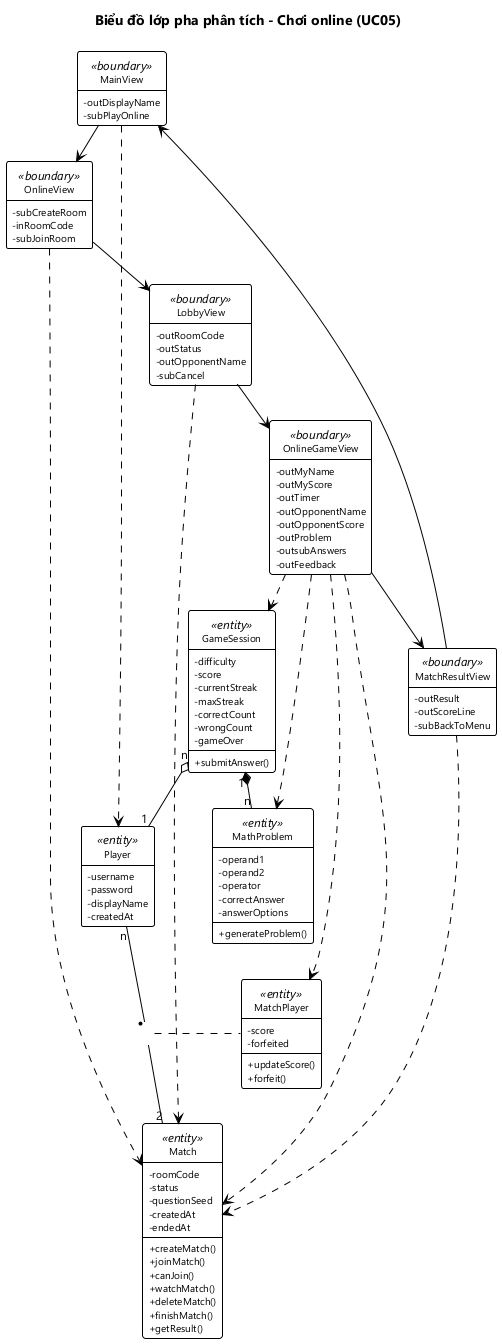
Earlier version of the PlantUML export docs/hung/lop-phan-tich-uc05.png (HungNguyenBa1811/math-dash). The source it was exported from:
```plantuml
@startuml lop-phan-tich-uc05
!include _theme.iuml
title Biểu đồ lớp pha phân tích - Chơi online (UC05)

class MainView <<boundary>> {
  - outDisplayName
  - subPlayOnline
}
class OnlineView <<boundary>> {
  - subCreateRoom
  - inRoomCode
  - subJoinRoom
}
class LobbyView <<boundary>> {
  - outRoomCode
  - outStatus
  - outOpponentName
  - subCancel
}
class OnlineGameView <<boundary>> {
  - outMyName
  - outMyScore
  - outTimer
  - outOpponentName
  - outOpponentScore
  - outProblem
  - outsubAnswers
  - outFeedback
}
class MatchResultView <<boundary>> {
  - outResult
  - outScoreLine
  - subBackToMenu
}

class Player <<entity>> {
  - username
  - password
  - displayName
  - createdAt
}
class Match <<entity>> {
  - roomCode
  - status
  - questionSeed
  - createdAt
  - endedAt
  + createMatch()
  + joinMatch()
  + canJoin()
  + watchMatch()
  + deleteMatch()
  + finishMatch()
  + getResult()
}
class MatchPlayer <<entity>> {
  - score
  - forfeited
  + updateScore()
  + forfeit()
}
class GameSession <<entity>> {
  - difficulty
  - score
  - currentStreak
  - maxStreak
  - correctCount
  - wrongCount
  - gameOver
  + submitAnswer()
}
class MathProblem <<entity>> {
  - operand1
  - operand2
  - operator
  - correctAnswer
  - answerOptions
  + generateProblem()
}

MainView --> OnlineView
OnlineView --> LobbyView
LobbyView --> OnlineGameView
OnlineGameView --> MatchResultView
MatchResultView --> MainView

OnlineView ..> Match
LobbyView ..> Match
OnlineGameView ..> Match
OnlineGameView ..> MatchPlayer
OnlineGameView ..> GameSession
OnlineGameView ..> MathProblem
MatchResultView ..> Match
MainView ..> Player

Player "n" -- "2" Match
(Player, Match) .. MatchPlayer
GameSession "n" o-- "1" Player
GameSession "1" *-- "n" MathProblem
@enduml
```
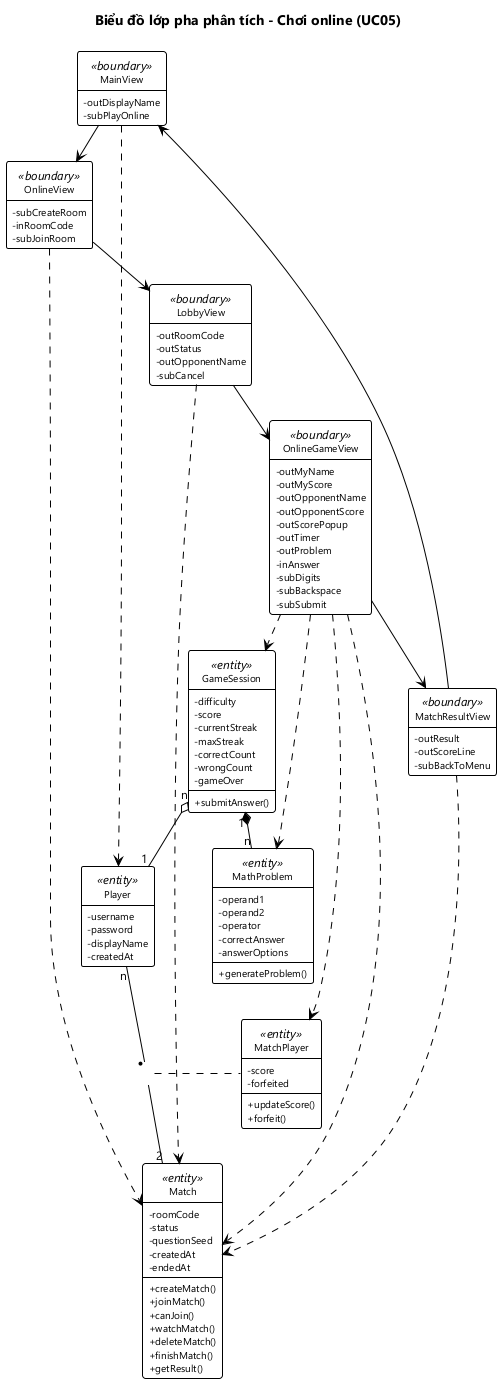
Later version of the same file.

Change to the diagram source:
```diff
@@ -20,12 +20,15 @@
 class OnlineGameView <<boundary>> {
   - outMyName
   - outMyScore
-  - outTimer
   - outOpponentName
   - outOpponentScore
+  - outScorePopup
+  - outTimer
   - outProblem
-  - outsubAnswers
-  - outFeedback
+  - inAnswer
+  - subDigits
+  - subBackspace
+  - subSubmit
 }
 class MatchResultView <<boundary>> {
   - outResult
```
